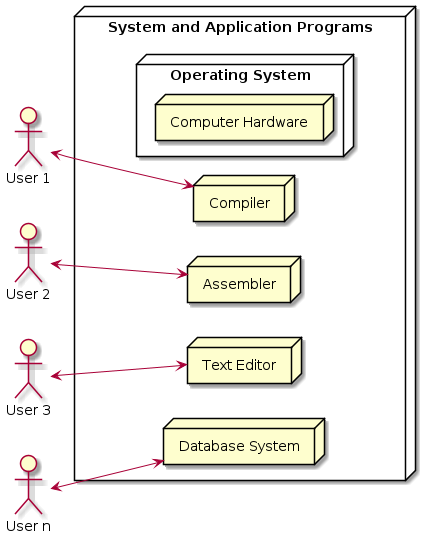
Before: docs/images/operating-system-concepts-figure-1-1.png, a diagram exported from PlantUML (chayward1/dotfiles).
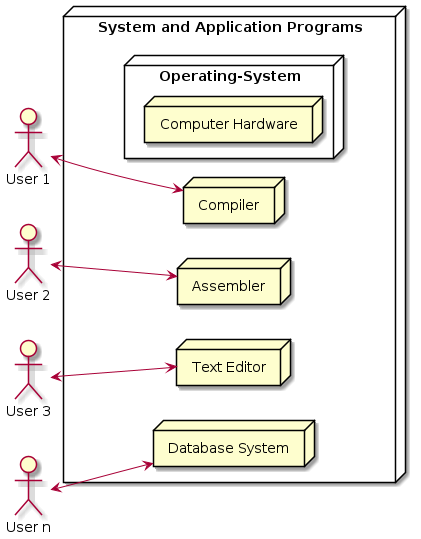
Later version of the same file.

What changed in the source:
```diff
@@ -15,7 +15,7 @@
   node "Assembler" as asm
   node "Text Editor" as edit
   node "Database System" as db
-  node "Operating System" as os {
+  node "Operating-System" as os {
     node "Computer Hardware"
   }
 }
```
